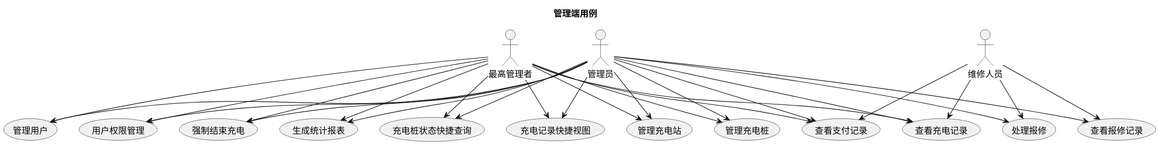
The PlantUML diagram usecase/docs/overview/img/admin_usecases.svg in greenhandzdl/charging-station-doc, before a commit.
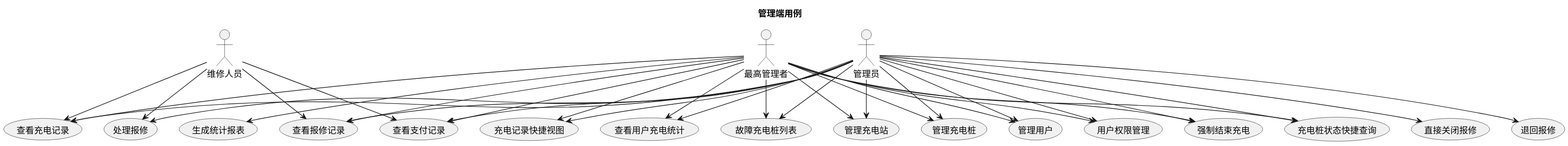
Above is the later version.

Change to the diagram source:
```diff
@@ -13,6 +13,7 @@
 usecase "管理用户" as MU
 usecase "用户权限管理" as PM
 usecase "处理报修" as HR
+usecase "直接关闭报修" as DCR
 usecase "查看报修记录" as VR
 usecase "强制结束充电" as FSC
 usecase "生成统计报表" as GS
@@ -20,29 +21,38 @@
 usecase "充电记录快捷视图" as QV
 usecase "查看支付记录" as VPR
 usecase "查看充电记录" as VCR
+usecase "查看用户充电统计" as UCS
+usecase "故障充电桩列表" as FCL
+usecase "退回报修" as RR
 
 A --> MS
 A --> MC
 A --> MU
 A --> PM
 A --> HR
+A --> DCR
 A --> VR
 A --> FSC
 A --> VPR
-A --> GS
 A --> QC
 A --> QV
 A --> VCR
+A --> UCS
+A --> RR
+A --> FCL
+SA --> FCL
 SA --> MS
 SA --> MC
 SA --> PM
 SA --> MU
 SA --> VPR
+SA --> VR
 SA --> GS
 SA --> FSC
 SA --> QC
 SA --> QV
 SA --> VCR
+SA --> UCS
 M --> HR
 M --> VR
 M --> VPR
```
